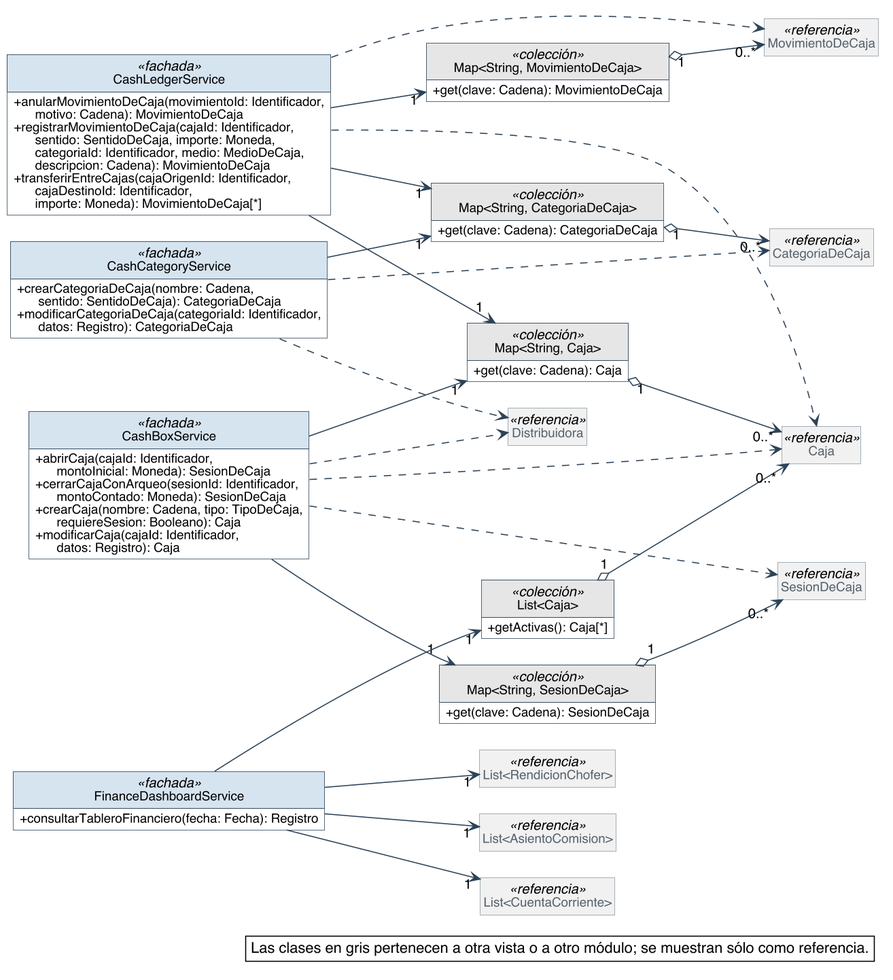
Earlier version of the PlantUML export diagramas/clases-diseno/DC_Mod_Caja.png (Nahuelito-Dev/splg-docs).
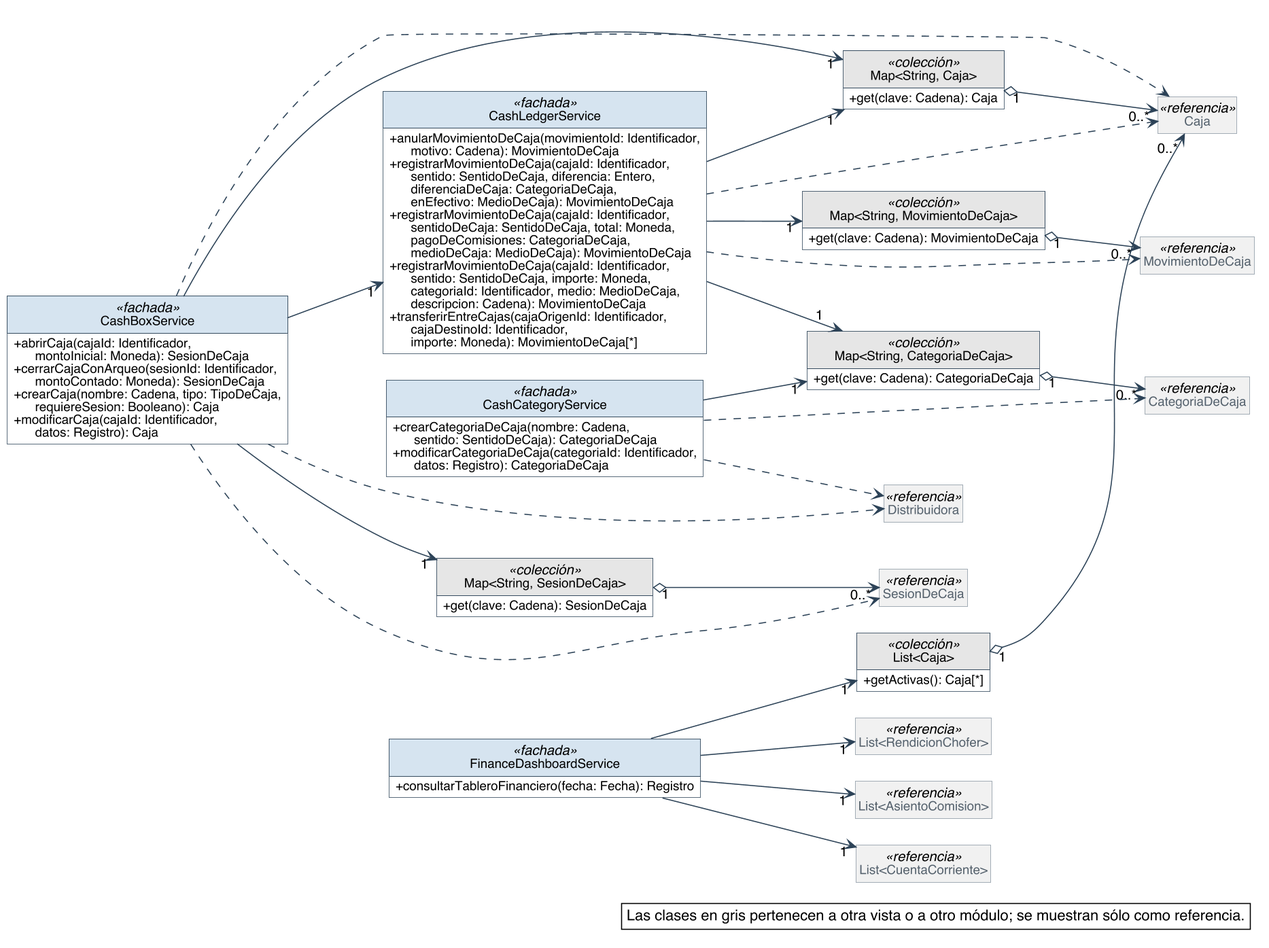
After the change.

What changed in the source:
```diff
@@ -68,6 +68,8 @@
 }
 class CashLedgerService <<fachada>> {
   + anularMovimientoDeCaja(movimientoId: Identificador,\n      motivo: Cadena): MovimientoDeCaja
+  + registrarMovimientoDeCaja(cajaId: Identificador,\n      sentido: SentidoDeCaja, diferencia: Entero,\n      diferenciaDeCaja: CategoriaDeCaja,\n      enEfectivo: MedioDeCaja): MovimientoDeCaja
+  + registrarMovimientoDeCaja(cajaId: Identificador,\n      sentidoDeCaja: SentidoDeCaja, total: Moneda,\n      pagoDeComisiones: CategoriaDeCaja,\n      medioDeCaja: MedioDeCaja): MovimientoDeCaja
   + registrarMovimientoDeCaja(cajaId: Identificador,\n      sentido: SentidoDeCaja, importe: Moneda,\n      categoriaId: Identificador, medio: MedioDeCaja,\n      descripcion: Cadena): MovimientoDeCaja
   + transferirEntreCajas(cajaOrigenId: Identificador,\n      cajaDestinoId: Identificador,\n      importe: Moneda): MovimientoDeCaja[*]
 }
@@ -107,6 +109,7 @@
 Map_String_CategoriaDeCaja "1" o--> "0..*" CategoriaDeCaja
 Map_String_MovimientoDeCaja "1" o--> "0..*" MovimientoDeCaja
 List_Caja "1" o--> "0..*" Caja
+CashBoxService --> "1" CashLedgerService
 CashBoxService --> "1" Map_String_Caja
 CashBoxService --> "1" Map_String_SesionDeCaja
 CashCategoryService --> "1" Map_String_CategoriaDeCaja
```
